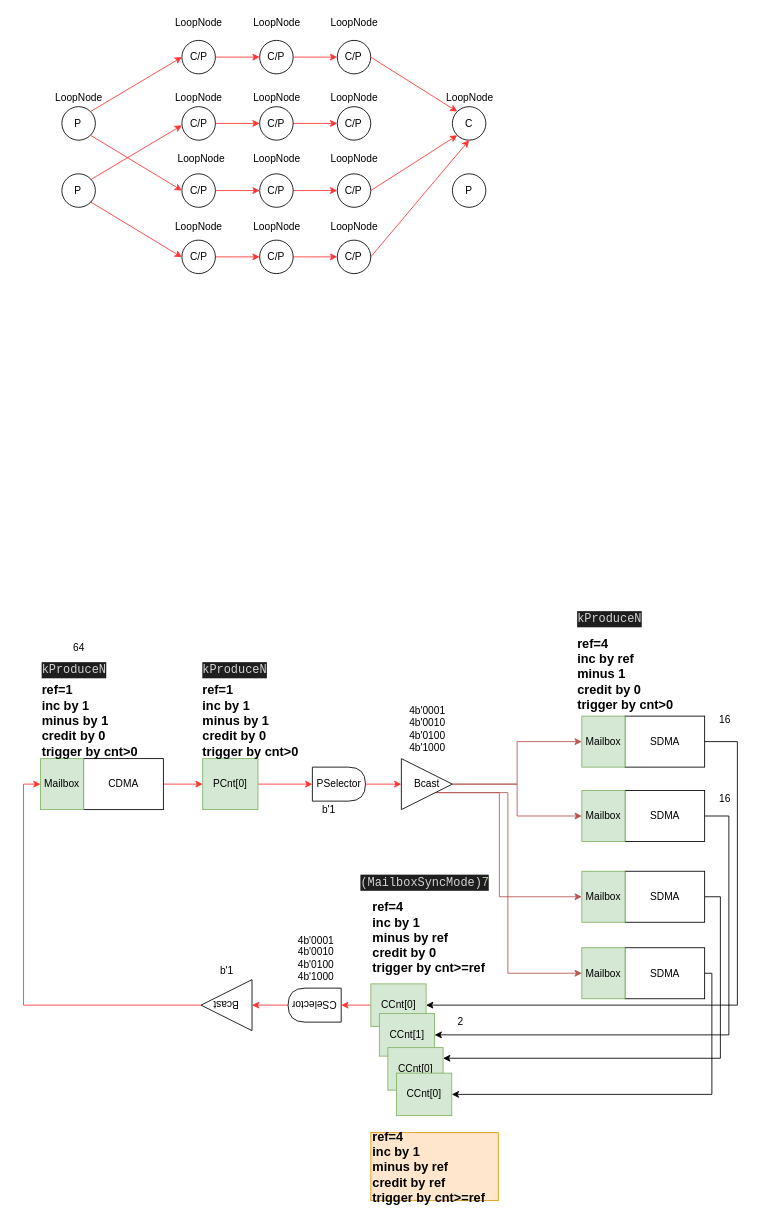
Above: page "1<->N" (2 of 8) of csync_conn.drawio in huntershuai/file_sync (draw.io), before the change. Source tidied: cells renumbered, new cells numbered last; positions are measured from the earlier drawing's top-left corner, leaving out a move shared by most shapes. Both pictures are drawn from the tidied source at 85%, with x=0, y=0 at pixel (14, 14).
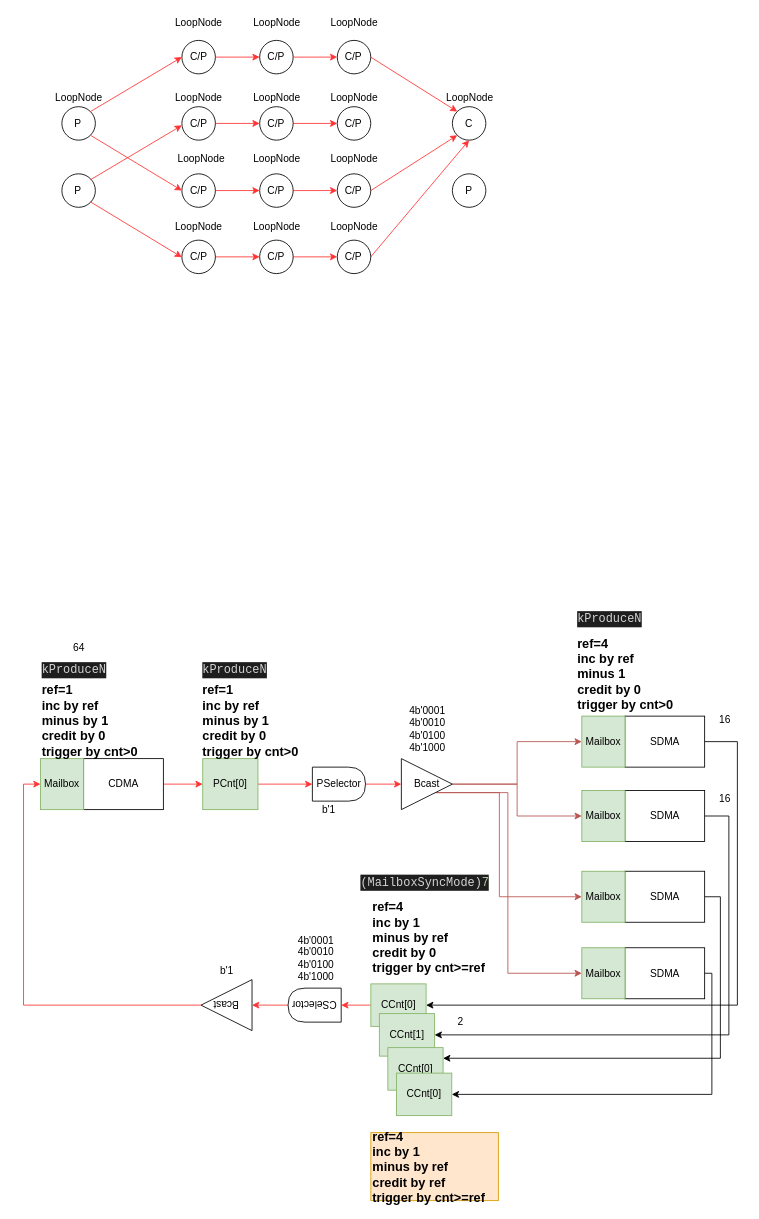
Above is the later version.

What changed in the source:
```diff
@@
-    <mxCell id="55" value="&lt;font style=&quot;font-size: 15px&quot;&gt;&lt;b&gt;ref=1&lt;br&gt;inc by 1&lt;br&gt;minus by 1&lt;br&gt;credit by 0&amp;nbsp;&lt;br&gt;trigger by cnt&amp;gt;0&lt;/b&gt;&lt;/font&gt;" style="text;html=1;align=left;verticalAlign=middle;fontColor=#000000;" parent="1" vertex="1">
+    <mxCell id="55" value="&lt;font style=&quot;font-size: 15px&quot;&gt;&lt;b&gt;ref=1&lt;br&gt;inc by ref&lt;br&gt;minus by 1&lt;br&gt;credit by 0&amp;nbsp;&lt;br&gt;trigger by cnt&amp;gt;0&lt;/b&gt;&lt;/font&gt;" style="text;html=1;align=left;verticalAlign=middle;fontColor=#000000;" parent="1" vertex="1">
       <mxGeometry x="219" y="790" width="130" height="80" as="geometry" />
     </mxCell>
@@
-    <mxCell id="73" value="&lt;font style=&quot;font-size: 15px&quot;&gt;&lt;b&gt;ref=1&lt;br&gt;inc by 1&lt;br&gt;minus by 1&lt;br&gt;credit by 0&lt;br&gt;trigger by cnt&amp;gt;0&lt;/b&gt;&lt;/font&gt;" style="text;html=1;align=left;verticalAlign=middle;fontColor=#000000;" parent="1" vertex="1">
+    <mxCell id="73" value="&lt;font style=&quot;font-size: 15px&quot;&gt;&lt;b&gt;ref=1&lt;br&gt;inc by ref&lt;br&gt;minus by 1&lt;br&gt;credit by 0&lt;br&gt;trigger by cnt&amp;gt;0&lt;/b&gt;&lt;/font&gt;" style="text;html=1;align=left;verticalAlign=middle;fontColor=#000000;" parent="1" vertex="1">
       <mxGeometry x="30" y="790" width="130" height="80" as="geometry" />
     </mxCell>
```
